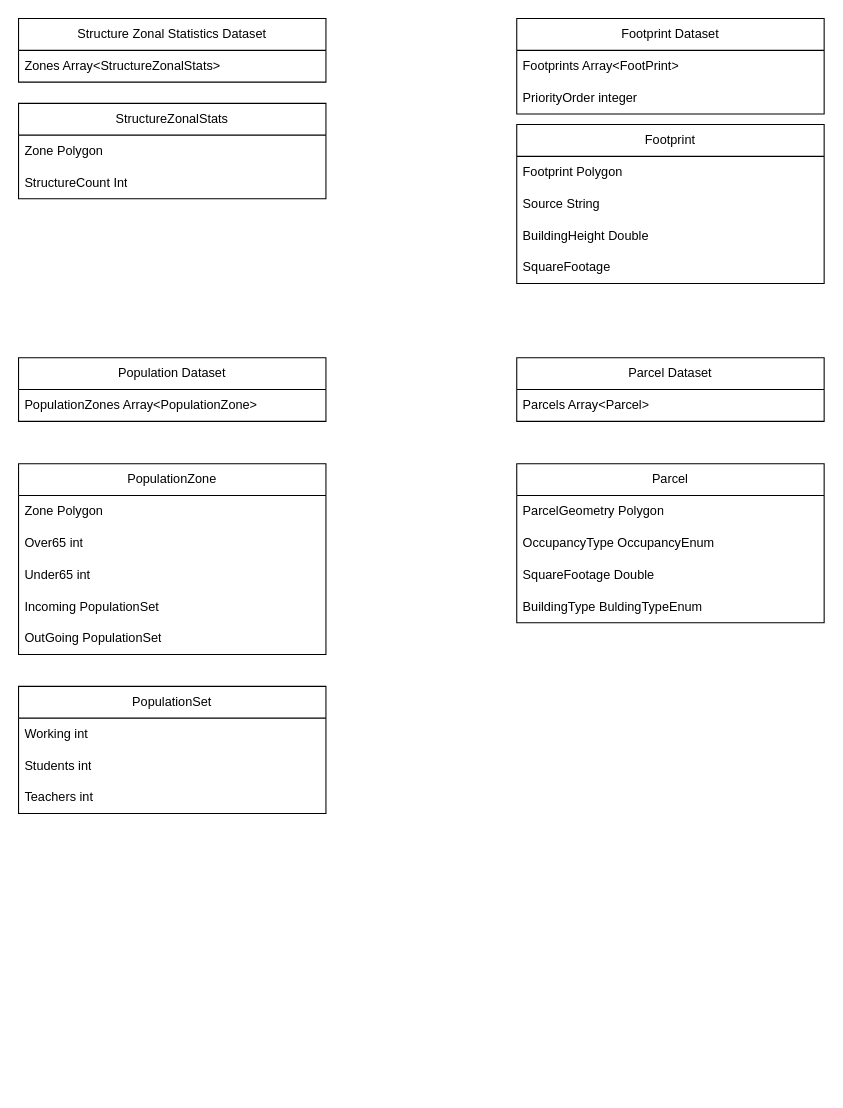
The draw.io diagram page "DataStructures" (1 of 2) of ExampleDatasets.drawio in USACE-NSI/nsi-generator, before the edit. Source tidied: cells renumbered, new cells numbered last; positions are measured from the earlier drawing's top-left corner, leaving out a move shared by most shapes. Both pictures are drawn from the tidied source at 106%, with x=0, y=0 at pixel (18, 18).
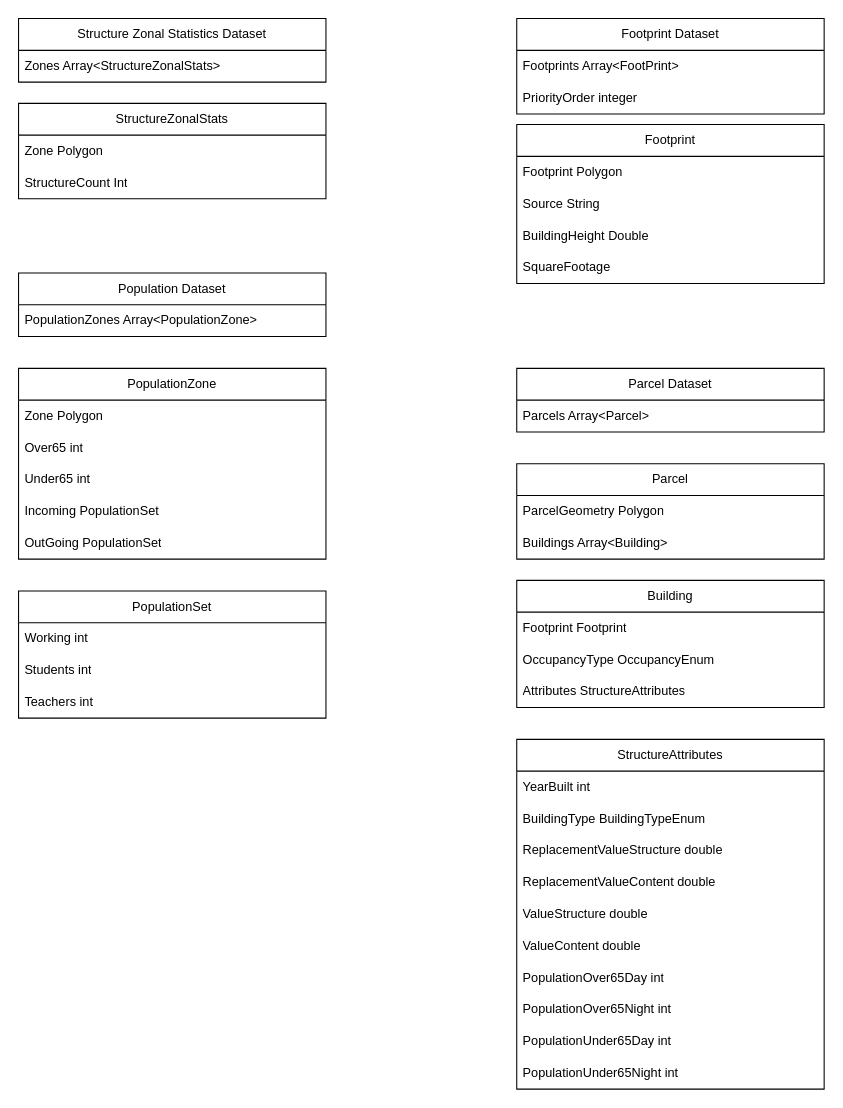
The same page after the edit.

Diff of the diagram source:
```diff
@@
     <mxCell id="15" value="Parcel Dataset" style="swimlane;fontStyle=0;horizontal=1;startSize=30;whiteSpace=wrap;html=1;" parent="1" vertex="1">
-      <mxGeometry x="470" y="320" width="290" height="60" as="geometry" />
+      <mxGeometry x="470" y="330" width="290" height="60" as="geometry" />
     </mxCell>
@@
     <mxCell id="17" value="Parcel" style="swimlane;fontStyle=0;horizontal=1;startSize=30;whiteSpace=wrap;html=1;" parent="1" vertex="1">
-      <mxGeometry x="470" y="420" width="290" height="150" as="geometry" />
+      <mxGeometry x="470" y="420" width="290" height="90" as="geometry" />
     </mxCell>
@@
-    <mxCell id="19" value="OccupancyType OccupancyEnum" style="text;strokeColor=none;fillColor=none;align=left;verticalAlign=middle;spacingLeft=4;spacingRight=4;overflow=hidden;whiteSpace=wrap;html=1;" parent="17" vertex="1">
-      <mxGeometry y="60" width="290" height="30" as="geometry" />
-    </mxCell>
-    <mxCell id="20" value="SquareFootage Double" style="text;strokeColor=none;fillColor=none;align=left;verticalAlign=middle;spacingLeft=4;spacingRight=4;overflow=hidden;whiteSpace=wrap;html=1;" parent="17" vertex="1">
-      <mxGeometry y="90" width="290" height="30" as="geometry" />
-    </mxCell>
-    <mxCell id="21" value="BuildingType BuldingTypeEnum" style="text;strokeColor=none;fillColor=none;align=left;verticalAlign=middle;spacingLeft=4;spacingRight=4;overflow=hidden;whiteSpace=wrap;html=1;" parent="17" vertex="1">
-      <mxGeometry y="120" width="290" height="30" as="geometry" />
-    </mxCell>
+    <mxCell id="34" value="Buildings Array&amp;lt;Building&amp;gt;" style="text;strokeColor=none;fillColor=none;align=left;verticalAlign=middle;spacingLeft=4;spacingRight=4;overflow=hidden;whiteSpace=wrap;html=1;" parent="17" vertex="1">
+      <mxGeometry y="60" width="290" height="30" as="geometry" />
+    </mxCell>
     <mxCell id="22" value="Population Dataset" style="swimlane;fontStyle=0;horizontal=1;startSize=30;whiteSpace=wrap;html=1;" parent="1" vertex="1">
-      <mxGeometry y="320" width="290" height="60" as="geometry" />
+      <mxGeometry y="240" width="290" height="60" as="geometry" />
     </mxCell>
@@
     <mxCell id="24" value="PopulationZone" style="swimlane;fontStyle=0;horizontal=1;startSize=30;whiteSpace=wrap;html=1;" parent="1" vertex="1">
-      <mxGeometry y="420" width="290" height="180" as="geometry" />
+      <mxGeometry y="330" width="290" height="180" as="geometry" />
     </mxCell>
@@
     <mxCell id="30" value="PopulationSet" style="swimlane;fontStyle=0;horizontal=1;startSize=30;whiteSpace=wrap;html=1;" parent="1" vertex="1">
-      <mxGeometry y="630" width="290" height="120" as="geometry" />
+      <mxGeometry y="540" width="290" height="120" as="geometry" />
     </mxCell>
@@
+    <mxCell id="35" value="Building" style="swimlane;fontStyle=0;horizontal=1;startSize=30;whiteSpace=wrap;html=1;" parent="1" vertex="1">
+      <mxGeometry x="470" y="530" width="290" height="120" as="geometry" />
+    </mxCell>
+    <mxCell id="36" value="Footprint Footprint" style="text;strokeColor=none;fillColor=none;align=left;verticalAlign=middle;spacingLeft=4;spacingRight=4;overflow=hidden;whiteSpace=wrap;html=1;" parent="35" vertex="1">
+      <mxGeometry y="30" width="290" height="30" as="geometry" />
+    </mxCell>
+    <mxCell id="19" value="OccupancyType OccupancyEnum" style="text;strokeColor=none;fillColor=none;align=left;verticalAlign=middle;spacingLeft=4;spacingRight=4;overflow=hidden;whiteSpace=wrap;html=1;" parent="35" vertex="1">
+      <mxGeometry y="60" width="290" height="30" as="geometry" />
+    </mxCell>
+    <mxCell id="37" value="Attributes StructureAttributes" style="text;strokeColor=none;fillColor=none;align=left;verticalAlign=middle;spacingLeft=4;spacingRight=4;overflow=hidden;whiteSpace=wrap;html=1;" parent="35" vertex="1">
+      <mxGeometry y="90" width="290" height="30" as="geometry" />
+    </mxCell>
+    <mxCell id="38" value="StructureAttributes" style="swimlane;fontStyle=0;horizontal=1;startSize=30;whiteSpace=wrap;html=1;" parent="1" vertex="1">
+      <mxGeometry x="470" y="680" width="290" height="330" as="geometry" />
+    </mxCell>
+    <mxCell id="39" value="YearBuilt int" style="text;strokeColor=none;fillColor=none;align=left;verticalAlign=middle;spacingLeft=4;spacingRight=4;overflow=hidden;whiteSpace=wrap;html=1;" parent="38" vertex="1">
+      <mxGeometry y="30" width="290" height="30" as="geometry" />
+    </mxCell>
+    <mxCell id="40" value="BuildingType BuildingTypeEnum" style="text;strokeColor=none;fillColor=none;align=left;verticalAlign=middle;spacingLeft=4;spacingRight=4;overflow=hidden;whiteSpace=wrap;html=1;" parent="38" vertex="1">
+      <mxGeometry y="60" width="290" height="30" as="geometry" />
+    </mxCell>
+    <mxCell id="41" value="ReplacementValueStructure double" style="text;strokeColor=none;fillColor=none;align=left;verticalAlign=middle;spacingLeft=4;spacingRight=4;overflow=hidden;whiteSpace=wrap;html=1;" parent="38" vertex="1">
+      <mxGeometry y="90" width="290" height="30" as="geometry" />
+    </mxCell>
+    <mxCell id="42" value="ReplacementValueContent double" style="text;strokeColor=none;fillColor=none;align=left;verticalAlign=middle;spacingLeft=4;spacingRight=4;overflow=hidden;whiteSpace=wrap;html=1;" parent="38" vertex="1">
+      <mxGeometry y="120" width="290" height="30" as="geometry" />
+    </mxCell>
+    <mxCell id="43" value="ValueStructure double" style="text;strokeColor=none;fillColor=none;align=left;verticalAlign=middle;spacingLeft=4;spacingRight=4;overflow=hidden;whiteSpace=wrap;html=1;" parent="38" vertex="1">
+      <mxGeometry y="150" width="290" height="30" as="geometry" />
+    </mxCell>
+    <mxCell id="44" value="ValueContent double" style="text;strokeColor=none;fillColor=none;align=left;verticalAlign=middle;spacingLeft=4;spacingRight=4;overflow=hidden;whiteSpace=wrap;html=1;" parent="38" vertex="1">
+      <mxGeometry y="180" width="290" height="30" as="geometry" />
+    </mxCell>
+    <mxCell id="45" value="PopulationOver65Day int" style="text;strokeColor=none;fillColor=none;align=left;verticalAlign=middle;spacingLeft=4;spacingRight=4;overflow=hidden;whiteSpace=wrap;html=1;" parent="38" vertex="1">
+      <mxGeometry y="210" width="290" height="30" as="geometry" />
+    </mxCell>
+    <mxCell id="46" value="PopulationOver65Night int" style="text;strokeColor=none;fillColor=none;align=left;verticalAlign=middle;spacingLeft=4;spacingRight=4;overflow=hidden;whiteSpace=wrap;html=1;" parent="38" vertex="1">
+      <mxGeometry y="240" width="290" height="30" as="geometry" />
+    </mxCell>
+    <mxCell id="47" value="PopulationUnder65Day int" style="text;strokeColor=none;fillColor=none;align=left;verticalAlign=middle;spacingLeft=4;spacingRight=4;overflow=hidden;whiteSpace=wrap;html=1;" parent="38" vertex="1">
+      <mxGeometry y="270" width="290" height="30" as="geometry" />
+    </mxCell>
+    <mxCell id="48" value="PopulationUnder65Night int" style="text;strokeColor=none;fillColor=none;align=left;verticalAlign=middle;spacingLeft=4;spacingRight=4;overflow=hidden;whiteSpace=wrap;html=1;" parent="38" vertex="1">
+      <mxGeometry y="300" width="290" height="30" as="geometry" />
+    </mxCell>
```
